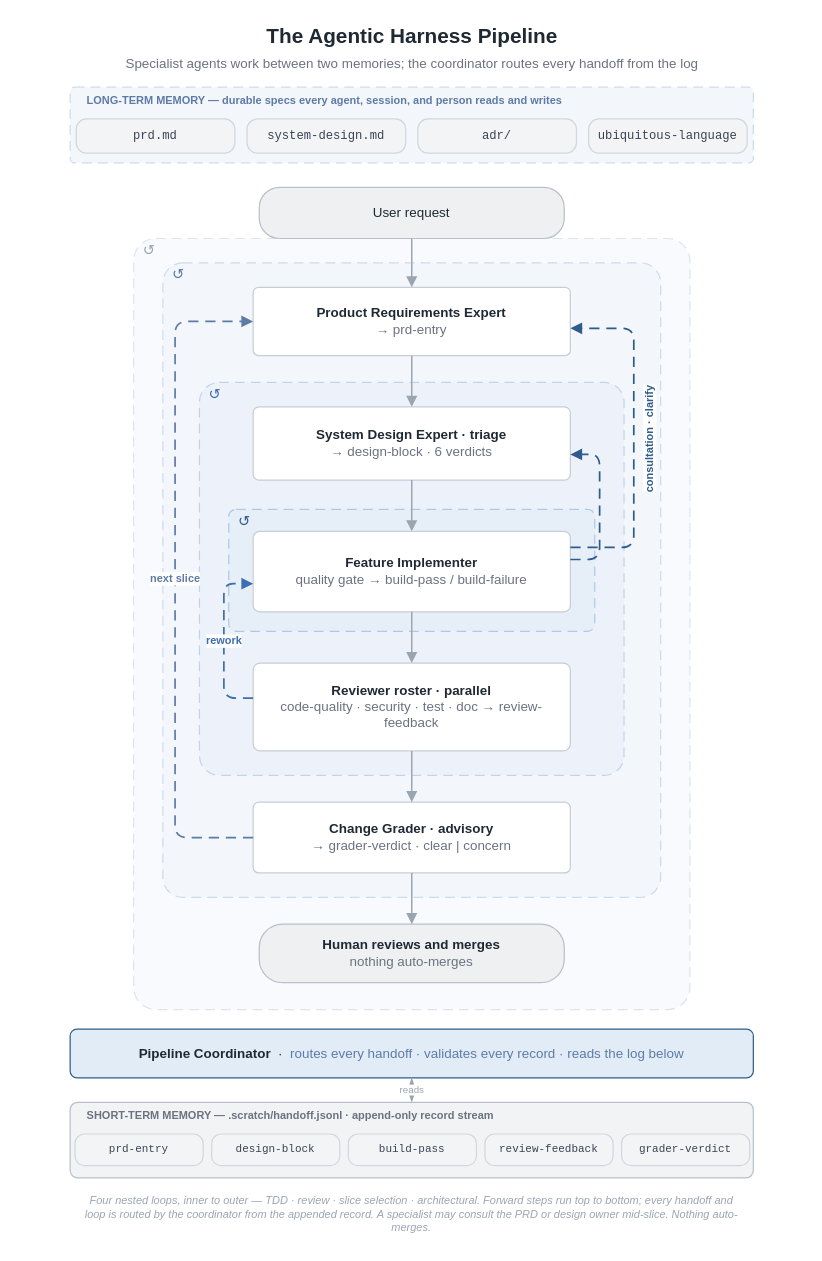
This is docs/images/pipeline-flow.drawio from woditschka/agentic-coding-reference, a draw.io file, before an edit. Source tidied: cells renumbered, new cells numbered last; positions are measured from the earlier drawing's top-left corner, leaving out a move shared by most shapes. Both pictures are drawn from the tidied source at 122%, with x=0, y=0 at pixel (21, 21).
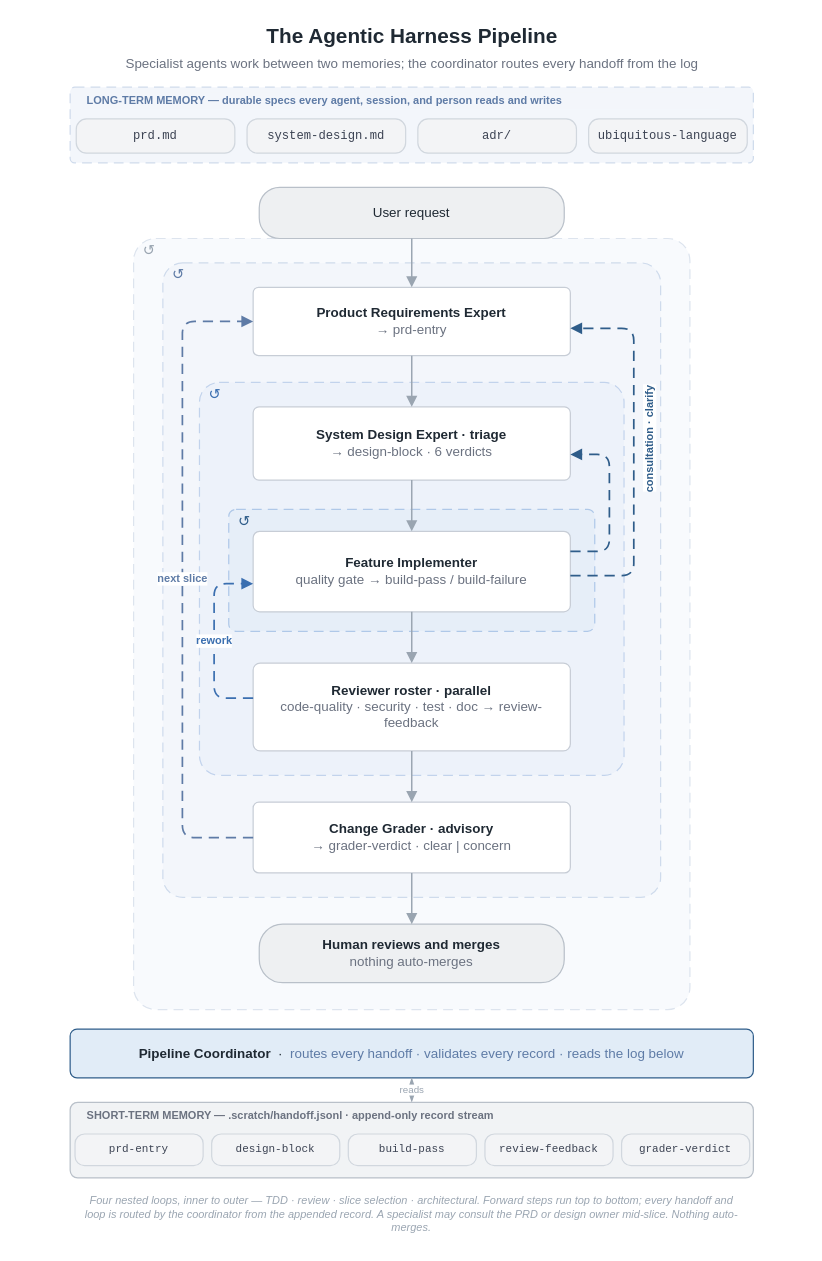
After the change.

Commit message (it also covers changes not shown here):
docs(diagrams): stop the consultation arrows crossing

The two consultation arrows left Feature Implementer with the longer
one (to PRD) above the shorter one (to System Design), so it cut
across to reach the outer lane. Reorder the exits so the outer arrow
leaves below and wraps around the inner one, and center the accent
return lanes in their gaps so they no longer hug the loop-band
borders. Codify the rule in the diagram-update house style: route to
avoid crossings; an unavoidable crossing into a nested band is single
and perpendicular.

The change refers to these unchanged cells:
```xml
<mxCell id="18" value="&lt;b&gt;Product Requirements Expert&lt;/b&gt;&lt;br&gt;&lt;font color=&quot;#6B7280&quot;&gt;→ prd-entry&lt;/font&gt;" style="rounded=1;arcSize=8;whiteSpace=wrap;html=1;fillColor=#FFFFFF;strokeColor=#C7CDD6;fontSize=11;fontColor=#1F2933;verticalAlign=middle;spacingLeft=8;spacingRight=8;" parent="1" vertex="1">
  <mxGeometry x="190" y="218" width="260" height="56" as="geometry" />
</mxCell>
<mxCell id="19" value="&lt;b&gt;System Design Expert · triage&lt;/b&gt;&lt;br&gt;&lt;font color=&quot;#6B7280&quot;&gt;→ design-block · 6 verdicts&lt;/font&gt;" style="rounded=1;arcSize=8;whiteSpace=wrap;html=1;fillColor=#FFFFFF;strokeColor=#C7CDD6;fontSize=11;fontColor=#1F2933;verticalAlign=middle;spacingLeft=8;spacingRight=8;" parent="1" vertex="1">
  <mxGeometry x="190" y="316" width="260" height="60" as="geometry" />
</mxCell>
<mxCell id="20" value="&lt;b&gt;Feature Implementer&lt;/b&gt;&lt;br&gt;&lt;font color=&quot;#6B7280&quot;&gt;quality gate → build-pass / build-failure&lt;/font&gt;" style="rounded=1;arcSize=8;whiteSpace=wrap;html=1;fillColor=#FFFFFF;strokeColor=#C7CDD6;fontSize=11;fontColor=#1F2933;verticalAlign=middle;spacingLeft=8;spacingRight=8;" parent="1" vertex="1">
  <mxGeometry x="190" y="418" width="260" height="66" as="geometry" />
</mxCell>
<mxCell id="21" value="&lt;b&gt;Reviewer roster · parallel&lt;/b&gt;&lt;br&gt;&lt;font color=&quot;#6B7280&quot;&gt;code-quality · security · test · doc → review-feedback&lt;/font&gt;" style="rounded=1;arcSize=8;whiteSpace=wrap;html=1;fillColor=#FFFFFF;strokeColor=#C7CDD6;fontSize=11;fontColor=#1F2933;verticalAlign=middle;spacingLeft=8;spacingRight=8;" parent="1" vertex="1">
  <mxGeometry x="190" y="526" width="260" height="72" as="geometry" />
</mxCell>
<mxCell id="22" value="&lt;b&gt;Change Grader · advisory&lt;/b&gt;&lt;br&gt;&lt;font color=&quot;#6B7280&quot;&gt;→ grader-verdict · clear | concern&lt;/font&gt;" style="rounded=1;arcSize=8;whiteSpace=wrap;html=1;fillColor=#FFFFFF;strokeColor=#C7CDD6;fontSize=11;fontColor=#1F2933;verticalAlign=middle;spacingLeft=8;spacingRight=8;" parent="1" vertex="1">
  <mxGeometry x="190" y="640" width="260" height="58" as="geometry" />
</mxCell>
```

What changed in the source:
```diff
@@
     <mxCell id="30" value="next slice" style="edgeStyle=orthogonalEdgeStyle;rounded=1;html=1;endArrow=block;endSize=6;strokeColor=#5E7BA6;strokeWidth=1.4;dashed=1;dashPattern=6 4;exitX=0;exitY=0.5;entryX=0;entryY=0.5;fontSize=9;fontStyle=1;fontColor=#5E7BA6;labelBackgroundColor=#FFFFFF;" parent="1" edge="1" source="22" target="18">
       <mxGeometry relative="1" as="geometry">
         <Array as="points">
-          <mxPoint x="126" y="669" />
-          <mxPoint x="126" y="246" />
+          <mxPoint x="132" y="669" />
+          <mxPoint x="132" y="246" />
         </Array>
       </mxGeometry>
     </mxCell>
     <mxCell id="31" value="rework" style="edgeStyle=orthogonalEdgeStyle;rounded=1;html=1;endArrow=block;endSize=6;strokeColor=#3B6FB0;strokeWidth=1.4;dashed=1;dashPattern=6 4;exitX=0;exitY=0.4;entryX=0;entryY=0.65;fontSize=9;fontStyle=1;fontColor=#3B6FB0;labelBackgroundColor=#FFFFFF;" parent="1" edge="1" source="21" target="20">
       <mxGeometry relative="1" as="geometry">
         <Array as="points">
-          <mxPoint x="166" y="555" />
-          <mxPoint x="166" y="461" />
+          <mxPoint x="158" y="555" />
+          <mxPoint x="158" y="461" />
         </Array>
       </mxGeometry>
     </mxCell>
-    <mxCell id="32" style="edgeStyle=orthogonalEdgeStyle;rounded=1;html=1;endArrow=block;endSize=6;strokeColor=#2F5D8A;strokeWidth=1.4;dashed=1;dashPattern=6 4;exitX=1;exitY=0.35;entryX=1;entryY=0.65;" parent="1" edge="1" source="20" target="19">
+    <mxCell id="32" style="edgeStyle=orthogonalEdgeStyle;rounded=1;html=1;endArrow=block;endSize=6;strokeColor=#2F5D8A;strokeWidth=1.4;dashed=1;dashPattern=6 4;exitX=1;exitY=0.25;entryX=1;entryY=0.65;" parent="1" edge="1" source="20" target="19">
       <mxGeometry relative="1" as="geometry">
         <Array as="points">
-          <mxPoint x="474" y="441" />
-          <mxPoint x="474" y="355" />
+          <mxPoint x="482" y="434" />
+          <mxPoint x="482" y="355" />
         </Array>
       </mxGeometry>
     </mxCell>
-    <mxCell id="33" style="edgeStyle=orthogonalEdgeStyle;rounded=1;html=1;endArrow=block;endSize=6;strokeColor=#2F5D8A;strokeWidth=1.4;dashed=1;dashPattern=6 4;exitX=1;exitY=0.2;entryX=1;entryY=0.6;" parent="1" edge="1" source="20" target="18">
+    <mxCell id="33" style="edgeStyle=orthogonalEdgeStyle;rounded=1;html=1;endArrow=block;endSize=6;strokeColor=#2F5D8A;strokeWidth=1.4;dashed=1;dashPattern=6 4;exitX=1;exitY=0.55;entryX=1;entryY=0.6;" parent="1" edge="1" source="20" target="18">
       <mxGeometry relative="1" as="geometry">
         <Array as="points">
-          <mxPoint x="502" y="431" />
+          <mxPoint x="502" y="454" />
           <mxPoint x="502" y="252" />
         </Array>
       </mxGeometry>
     </mxCell>
```
